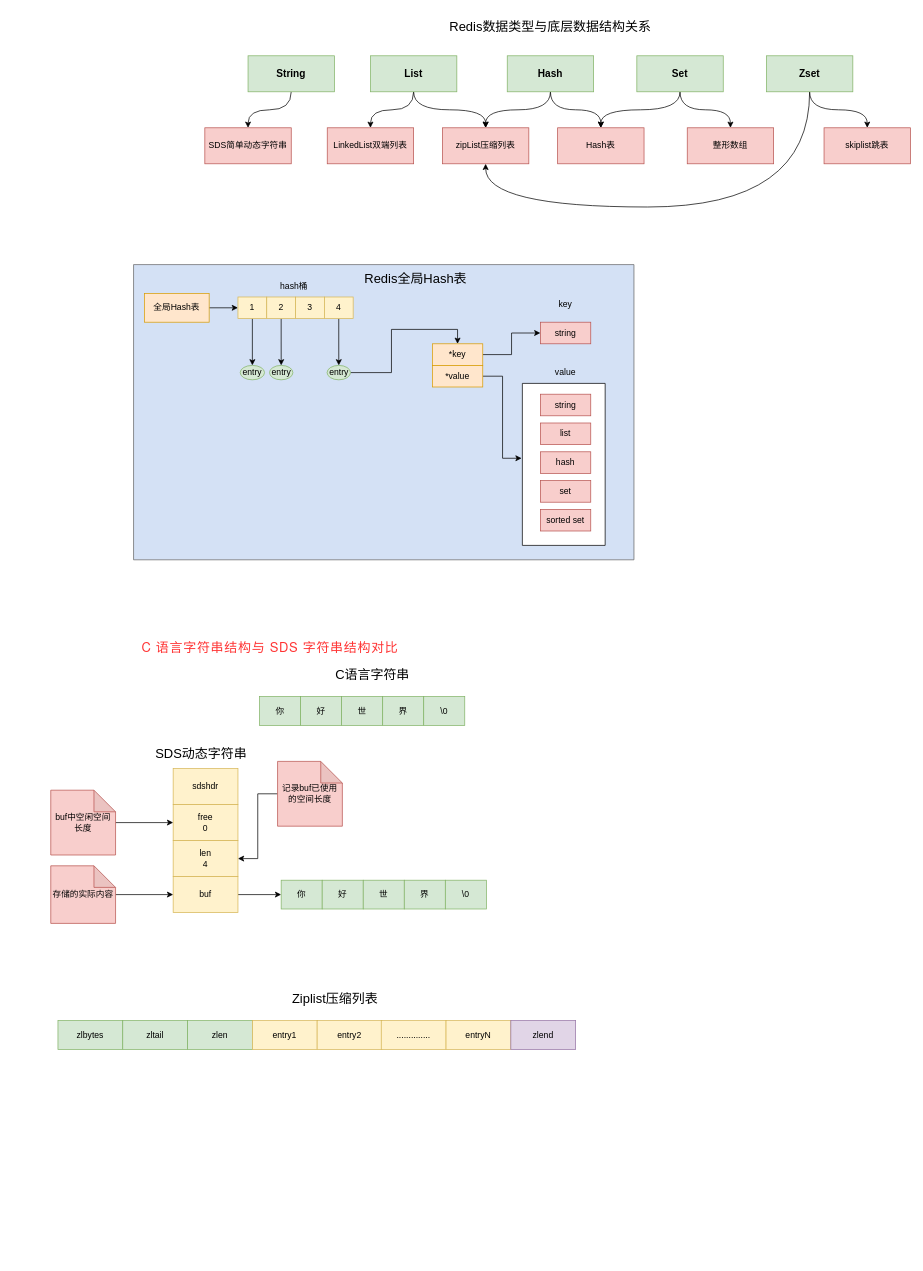
Above: Reids学习.drawio in huyun0614/draw.io (draw.io), before the change. Source tidied: cells renumbered, new cells numbered last; positions are measured from the earlier drawing's top-left corner, leaving out a move shared by most shapes. Both pictures are drawn from the tidied source at 72%, with x=0, y=0 at pixel (50, 12).
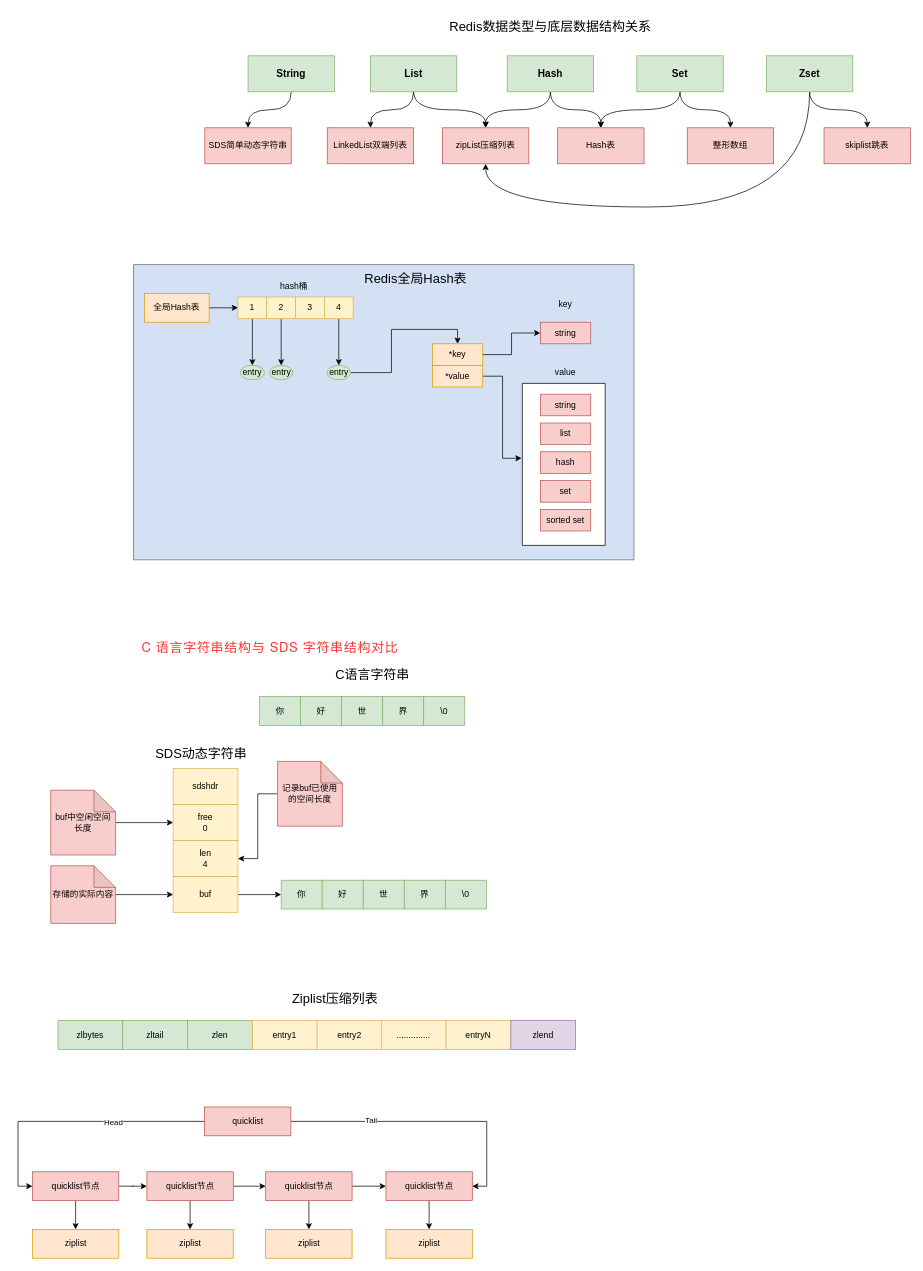
After the change.

Change to the diagram source:
```diff
@@
+    <mxCell id="85" style="edgeStyle=orthogonalEdgeStyle;rounded=0;jettySize=auto;html=1;entryX=0;entryY=0.5;entryDx=0;entryDy=0;" parent="1" edge="1" source="89" target="92">
+      <mxGeometry relative="1" as="geometry" />
+    </mxCell>
+    <mxCell id="86" value="Head" style="edgeLabel;html=1;align=center;verticalAlign=middle;" parent="85" vertex="1">
+      <mxGeometry x="-0.31" relative="1" as="geometry" />
+    </mxCell>
+    <mxCell id="87" style="edgeStyle=orthogonalEdgeStyle;rounded=0;jettySize=auto;html=1;entryX=1;entryY=0.5;entryDx=0;entryDy=0;" parent="1" edge="1" source="89" target="100">
+      <mxGeometry relative="1" as="geometry" />
+    </mxCell>
+    <mxCell id="88" value="Tail" style="edgeLabel;html=1;align=center;verticalAlign=middle;" parent="87" vertex="1">
+      <mxGeometry x="-0.42" y="2" relative="1" as="geometry" />
+    </mxCell>
+    <mxCell id="89" value="quicklist" style="rounded=0;whiteSpace=wrap;html=1;fillColor=#f8cecc;strokeColor=#b85450;" parent="1" vertex="1">
+      <mxGeometry x="213.5" y="1520" width="120" height="40" as="geometry" />
+    </mxCell>
+    <mxCell id="90" style="edgeStyle=orthogonalEdgeStyle;rounded=0;jettySize=auto;html=1;" parent="1" edge="1" source="92" target="95">
+      <mxGeometry relative="1" as="geometry" />
+    </mxCell>
+    <mxCell id="91" style="edgeStyle=orthogonalEdgeStyle;rounded=0;jettySize=auto;html=1;" parent="1" edge="1" source="92" target="101">
+      <mxGeometry relative="1" as="geometry" />
+    </mxCell>
+    <mxCell id="92" value="quicklist节点" style="rounded=0;whiteSpace=wrap;html=1;fillColor=#f8cecc;strokeColor=#b85450;" parent="1" vertex="1">
+      <mxGeometry x="-25.5" y="1610" width="120" height="40" as="geometry" />
+    </mxCell>
+    <mxCell id="93" style="edgeStyle=orthogonalEdgeStyle;rounded=0;jettySize=auto;html=1;" parent="1" edge="1" source="95" target="98">
+      <mxGeometry relative="1" as="geometry" />
+    </mxCell>
+    <mxCell id="94" style="edgeStyle=orthogonalEdgeStyle;rounded=0;jettySize=auto;html=1;" parent="1" edge="1" source="95" target="102">
+      <mxGeometry relative="1" as="geometry" />
+    </mxCell>
+    <mxCell id="95" value="quicklist节点" style="rounded=0;whiteSpace=wrap;html=1;fillColor=#f8cecc;strokeColor=#b85450;" parent="1" vertex="1">
+      <mxGeometry x="133.5" y="1610" width="120" height="40" as="geometry" />
+    </mxCell>
+    <mxCell id="96" style="edgeStyle=orthogonalEdgeStyle;rounded=0;jettySize=auto;html=1;" parent="1" edge="1" source="98" target="100">
+      <mxGeometry relative="1" as="geometry" />
+    </mxCell>
+    <mxCell id="97" style="edgeStyle=orthogonalEdgeStyle;rounded=0;jettySize=auto;html=1;" parent="1" edge="1" source="98" target="103">
+      <mxGeometry relative="1" as="geometry" />
+    </mxCell>
+    <mxCell id="98" value="quicklist节点" style="rounded=0;whiteSpace=wrap;html=1;fillColor=#f8cecc;strokeColor=#b85450;" parent="1" vertex="1">
+      <mxGeometry x="298.5" y="1610" width="120" height="40" as="geometry" />
+    </mxCell>
+    <mxCell id="99" style="edgeStyle=orthogonalEdgeStyle;rounded=0;jettySize=auto;html=1;" parent="1" edge="1" source="100" target="104">
+      <mxGeometry relative="1" as="geometry" />
+    </mxCell>
+    <mxCell id="100" value="quicklist节点" style="rounded=0;whiteSpace=wrap;html=1;fillColor=#f8cecc;strokeColor=#b85450;" parent="1" vertex="1">
+      <mxGeometry x="465.5" y="1610" width="120" height="40" as="geometry" />
+    </mxCell>
+    <mxCell id="101" value="ziplist" style="rounded=0;whiteSpace=wrap;html=1;fillColor=#ffe6cc;strokeColor=#d79b00;" parent="1" vertex="1">
+      <mxGeometry x="-25.5" y="1690" width="120" height="40" as="geometry" />
+    </mxCell>
+    <mxCell id="102" value="ziplist" style="rounded=0;whiteSpace=wrap;html=1;fillColor=#ffe6cc;strokeColor=#d79b00;" parent="1" vertex="1">
+      <mxGeometry x="133.5" y="1690" width="120" height="40" as="geometry" />
+    </mxCell>
+    <mxCell id="103" value="ziplist" style="rounded=0;whiteSpace=wrap;html=1;fillColor=#ffe6cc;strokeColor=#d79b00;" parent="1" vertex="1">
+      <mxGeometry x="298.5" y="1690" width="120" height="40" as="geometry" />
+    </mxCell>
+    <mxCell id="104" value="ziplist" style="rounded=0;whiteSpace=wrap;html=1;fillColor=#ffe6cc;strokeColor=#d79b00;" parent="1" vertex="1">
+      <mxGeometry x="465.5" y="1690" width="120" height="40" as="geometry" />
+    </mxCell>
```
